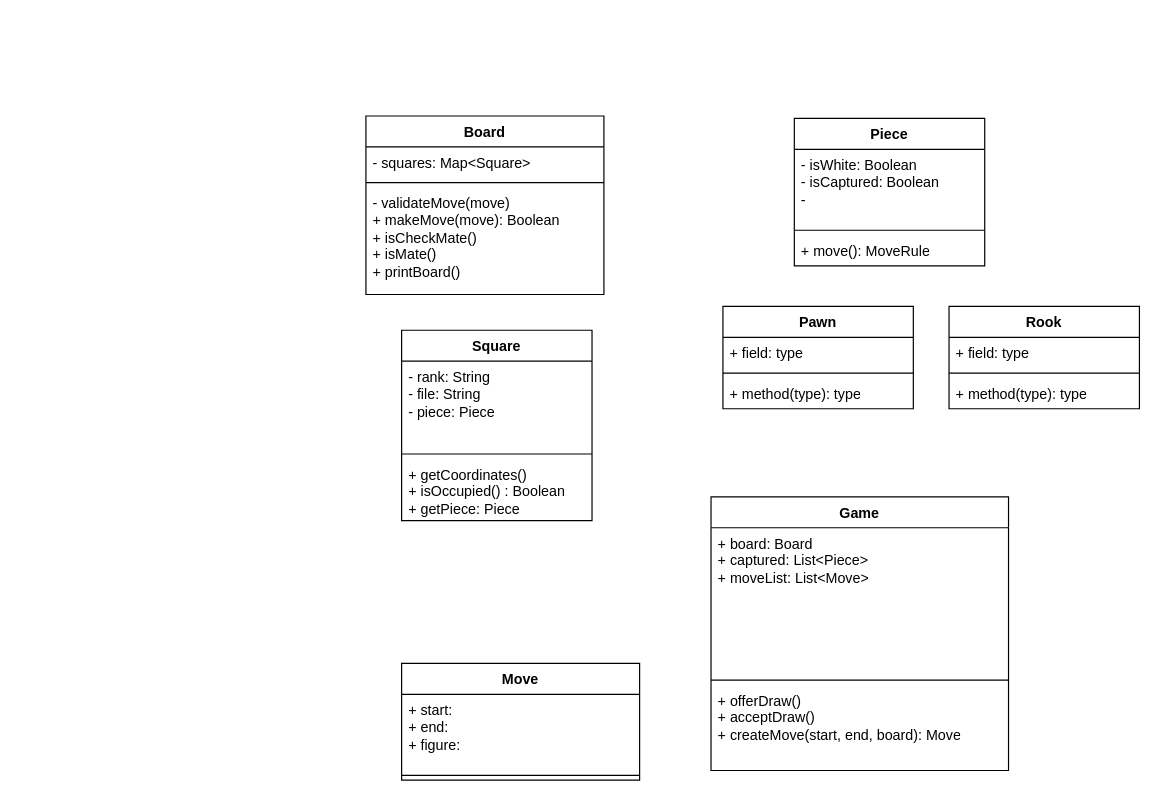
Before: chessUML.drawio in Schiriki123/hwr-gruppe-8-2024, a draw.io diagram. Source tidied: cells renumbered, new cells numbered last; positions are measured from the earlier drawing's top-left corner, leaving out a move shared by most shapes. Both pictures are drawn from the tidied source at 119%, with x=0, y=0 at pixel (365, 115).
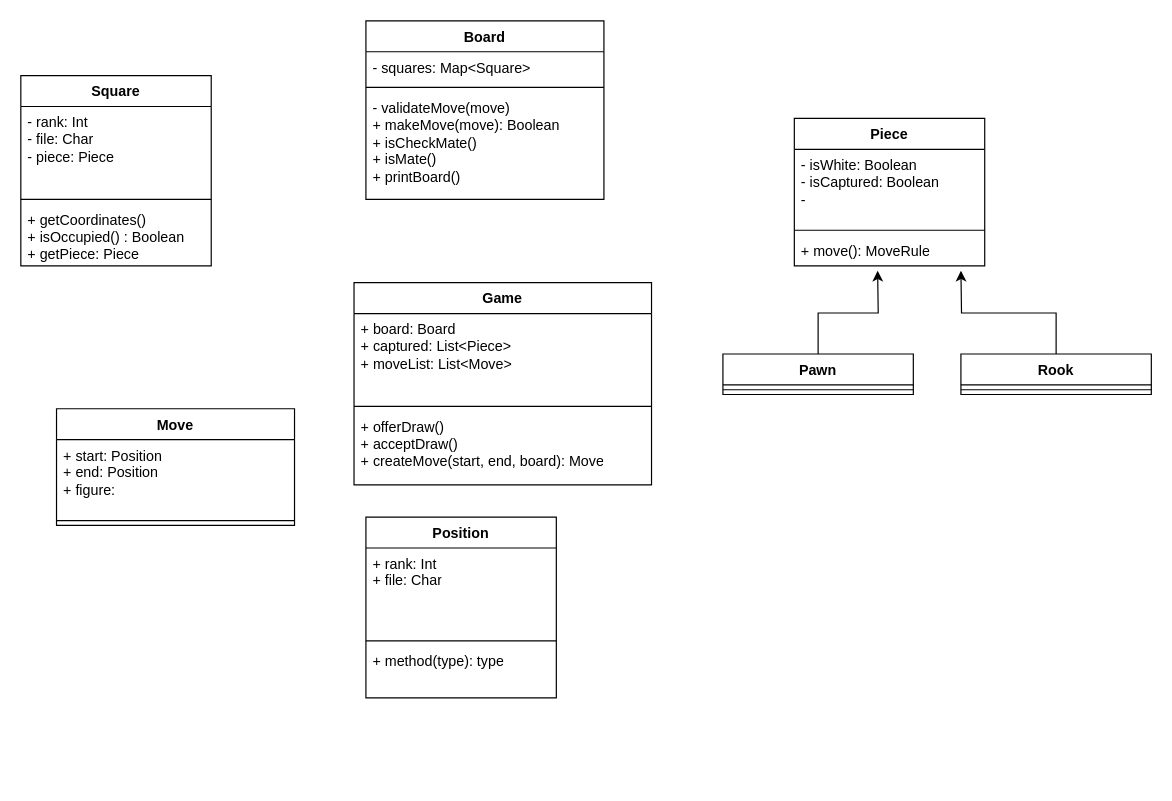
Above is the later version.

Diff of the diagram source:
```diff
@@
+    <mxCell id="29" style="edgeStyle=orthogonalEdgeStyle;rounded=0;jettySize=auto;html=1;" parent="1" edge="1" source="6">
+      <mxGeometry relative="1" as="geometry">
+        <mxPoint x="430" y="130" as="targetPoint" />
+      </mxGeometry>
+    </mxCell>
     <mxCell id="6" value="Pawn" style="swimlane;fontStyle=1;align=center;verticalAlign=top;horizontal=1;startSize=26;whiteSpace=wrap;html=1;" parent="1" vertex="1">
-      <mxGeometry x="300" y="160" width="160" height="86" as="geometry" />
+      <mxGeometry x="300" y="200" width="160" height="34" as="geometry" />
     </mxCell>
-    <mxCell id="7" value="+ field: type" style="text;strokeColor=none;fillColor=none;align=left;verticalAlign=top;spacingLeft=4;spacingRight=4;overflow=hidden;whiteSpace=wrap;html=1;" parent="6" vertex="1">
-      <mxGeometry y="26" width="160" height="26" as="geometry" />
-    </mxCell>
     <mxCell id="8" style="line;strokeWidth=1;fillColor=none;align=left;verticalAlign=middle;spacingTop=-1;spacingLeft=3;spacingRight=3;labelPosition=right;strokeColor=inherit;" parent="6" vertex="1">
-      <mxGeometry y="52" width="160" height="8" as="geometry" />
+      <mxGeometry y="26" width="160" height="8" as="geometry" />
     </mxCell>
-    <mxCell id="9" value="+ method(type): type" style="text;strokeColor=none;fillColor=none;align=left;verticalAlign=top;spacingLeft=4;spacingRight=4;overflow=hidden;whiteSpace=wrap;html=1;" parent="6" vertex="1">
-      <mxGeometry y="60" width="160" height="26" as="geometry" />
-    </mxCell>
+    <mxCell id="30" style="edgeStyle=orthogonalEdgeStyle;rounded=0;jettySize=auto;html=1;" parent="1" edge="1" source="10">
+      <mxGeometry relative="1" as="geometry">
+        <mxPoint x="500" y="130" as="targetPoint" />
+      </mxGeometry>
+    </mxCell>
     <mxCell id="10" value="Rook" style="swimlane;fontStyle=1;align=center;verticalAlign=top;horizontal=1;startSize=26;whiteSpace=wrap;html=1;" parent="1" vertex="1">
-      <mxGeometry x="490" y="160" width="160" height="86" as="geometry" />
+      <mxGeometry x="500" y="200" width="160" height="34" as="geometry" />
     </mxCell>
-    <mxCell id="11" value="+ field: type" style="text;strokeColor=none;fillColor=none;align=left;verticalAlign=top;spacingLeft=4;spacingRight=4;overflow=hidden;whiteSpace=wrap;html=1;" parent="10" vertex="1">
-      <mxGeometry y="26" width="160" height="26" as="geometry" />
-    </mxCell>
     <mxCell id="12" style="line;strokeWidth=1;fillColor=none;align=left;verticalAlign=middle;spacingTop=-1;spacingLeft=3;spacingRight=3;labelPosition=right;strokeColor=inherit;" parent="10" vertex="1">
-      <mxGeometry y="52" width="160" height="8" as="geometry" />
+      <mxGeometry y="26" width="160" height="8" as="geometry" />
     </mxCell>
-    <mxCell id="13" value="+ method(type): type" style="text;strokeColor=none;fillColor=none;align=left;verticalAlign=top;spacingLeft=4;spacingRight=4;overflow=hidden;whiteSpace=wrap;html=1;" parent="10" vertex="1">
-      <mxGeometry y="60" width="160" height="26" as="geometry" />
-    </mxCell>
     <mxCell id="14" value="Board" style="swimlane;fontStyle=1;align=center;verticalAlign=top;horizontal=1;startSize=26;whiteSpace=wrap;html=1;" parent="1" vertex="1">
-      <mxGeometry width="200" height="150" as="geometry" />
+      <mxGeometry y="-80" width="200" height="150" as="geometry" />
     </mxCell>
@@
     <mxCell id="18" value="Square" style="swimlane;fontStyle=1;align=center;verticalAlign=top;horizontal=1;startSize=26;whiteSpace=wrap;html=1;" parent="1" vertex="1">
-      <mxGeometry x="30" y="180" width="160" height="160" as="geometry" />
+      <mxGeometry x="-290" y="-34" width="160" height="160" as="geometry" />
     </mxCell>
-    <mxCell id="19" value="&lt;div&gt;- rank: String&lt;/div&gt;&lt;div&gt;- file: String&lt;/div&gt;&lt;div&gt;- piece: Piece&lt;/div&gt;" style="text;strokeColor=none;fillColor=none;align=left;verticalAlign=top;spacingLeft=4;spacingRight=4;overflow=hidden;whiteSpace=wrap;html=1;" parent="18" vertex="1">
+    <mxCell id="19" value="&lt;div&gt;- rank: Int&lt;/div&gt;&lt;div&gt;- file: Char&lt;/div&gt;&lt;div&gt;- piece: Piece&lt;/div&gt;" style="text;strokeColor=none;fillColor=none;align=left;verticalAlign=top;spacingLeft=4;spacingRight=4;overflow=hidden;whiteSpace=wrap;html=1;" parent="18" vertex="1">
       <mxGeometry y="26" width="160" height="74" as="geometry" />
     </mxCell>
@@
     <mxCell id="22" value="Game" style="swimlane;fontStyle=1;align=center;verticalAlign=top;horizontal=1;startSize=26;whiteSpace=wrap;html=1;" parent="1" vertex="1">
-      <mxGeometry x="290" y="320" width="250" height="230" as="geometry" />
+      <mxGeometry x="-10" y="140" width="250" height="170" as="geometry" />
     </mxCell>
     <mxCell id="23" value="&lt;div&gt;+ board: Board&lt;/div&gt;&lt;div&gt;+ captured: List&amp;lt;Piece&amp;gt;&lt;/div&gt;&lt;div&gt;+ moveList: List&amp;lt;Move&amp;gt;&lt;/div&gt;" style="text;strokeColor=none;fillColor=none;align=left;verticalAlign=top;spacingLeft=4;spacingRight=4;overflow=hidden;whiteSpace=wrap;html=1;" parent="22" vertex="1">
-      <mxGeometry y="26" width="250" height="124" as="geometry" />
+      <mxGeometry y="26" width="250" height="74" as="geometry" />
     </mxCell>
     <mxCell id="24" style="line;strokeWidth=1;fillColor=none;align=left;verticalAlign=middle;spacingTop=-1;spacingLeft=3;spacingRight=3;labelPosition=right;strokeColor=inherit;" parent="22" vertex="1">
-      <mxGeometry y="150" width="250" height="8" as="geometry" />
+      <mxGeometry y="100" width="250" height="8" as="geometry" />
     </mxCell>
     <mxCell id="25" value="&lt;div&gt;+ offerDraw()&lt;/div&gt;&lt;div&gt;+ acceptDraw()&lt;/div&gt;&lt;div&gt;+ createMove(start, end, board): Move&lt;/div&gt;" style="text;strokeColor=none;fillColor=none;align=left;verticalAlign=top;spacingLeft=4;spacingRight=4;overflow=hidden;whiteSpace=wrap;html=1;" parent="22" vertex="1">
-      <mxGeometry y="158" width="250" height="72" as="geometry" />
+      <mxGeometry y="108" width="250" height="62" as="geometry" />
     </mxCell>
     <mxCell id="26" value="Move" style="swimlane;fontStyle=1;align=center;verticalAlign=top;horizontal=1;startSize=26;whiteSpace=wrap;html=1;" parent="1" vertex="1">
-      <mxGeometry x="30" y="460" width="200" height="98" as="geometry" />
+      <mxGeometry x="-260" y="246" width="200" height="98" as="geometry" />
     </mxCell>
-    <mxCell id="27" value="&lt;div&gt;+ start: &lt;br&gt;&lt;/div&gt;&lt;div&gt;+ end:&lt;/div&gt;&lt;div&gt;+ figure:&lt;/div&gt;" style="text;strokeColor=none;fillColor=none;align=left;verticalAlign=top;spacingLeft=4;spacingRight=4;overflow=hidden;whiteSpace=wrap;html=1;" parent="26" vertex="1">
+    <mxCell id="27" value="&lt;div&gt;+ start: Position&lt;br&gt;&lt;/div&gt;&lt;div&gt;+ end: Position&lt;/div&gt;&lt;div&gt;+ figure:&lt;/div&gt;" style="text;strokeColor=none;fillColor=none;align=left;verticalAlign=top;spacingLeft=4;spacingRight=4;overflow=hidden;whiteSpace=wrap;html=1;" parent="26" vertex="1">
       <mxGeometry y="26" width="200" height="64" as="geometry" />
     </mxCell>
@@
+    <mxCell id="31" value="Position" style="swimlane;fontStyle=1;align=center;verticalAlign=top;horizontal=1;startSize=26;whiteSpace=wrap;html=1;" parent="1" vertex="1">
+      <mxGeometry y="337" width="160" height="152" as="geometry" />
+    </mxCell>
+    <mxCell id="32" value="+ rank: Int&lt;div&gt;+ file: Char&lt;/div&gt;" style="text;strokeColor=none;fillColor=none;align=left;verticalAlign=top;spacingLeft=4;spacingRight=4;overflow=hidden;whiteSpace=wrap;html=1;" parent="31" vertex="1">
+      <mxGeometry y="26" width="160" height="74" as="geometry" />
+    </mxCell>
+    <mxCell id="33" style="line;strokeWidth=1;fillColor=none;align=left;verticalAlign=middle;spacingTop=-1;spacingLeft=3;spacingRight=3;labelPosition=right;strokeColor=inherit;" parent="31" vertex="1">
+      <mxGeometry y="100" width="160" height="8" as="geometry" />
+    </mxCell>
+    <mxCell id="34" value="+ method(type): type" style="text;strokeColor=none;fillColor=none;align=left;verticalAlign=top;spacingLeft=4;spacingRight=4;overflow=hidden;whiteSpace=wrap;html=1;" parent="31" vertex="1">
+      <mxGeometry y="108" width="160" height="44" as="geometry" />
+    </mxCell>
```
